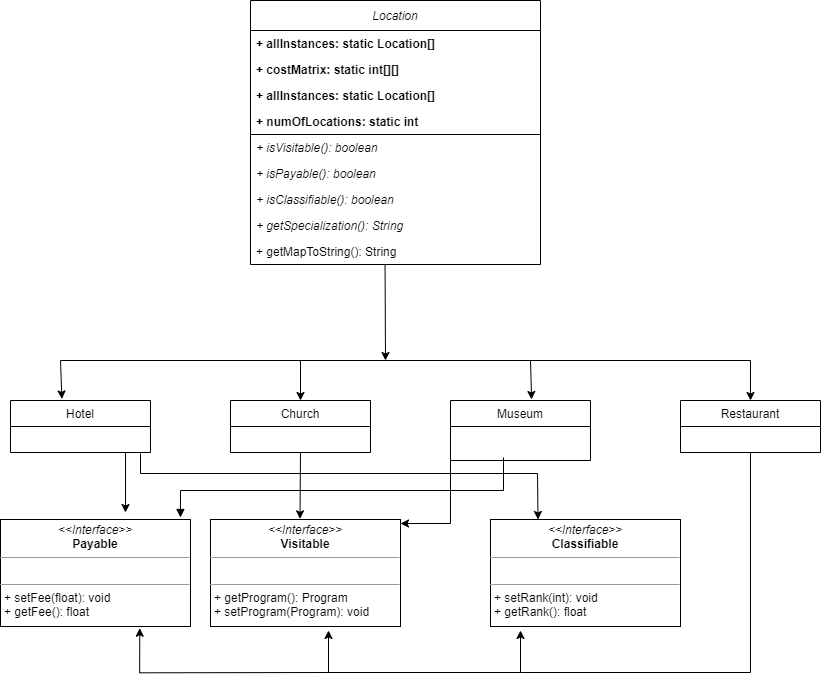
Above: PA_3/compulsory_diagram.png in gabidiac11/programare-avansata (draw.io), before the change. Source tidied: cells renumbered, new cells last; positions are measured from the earlier drawing's top-left corner, leaving out a move shared by most shapes. The source it was exported from:
```xml
<mxGraphModel>
  <root>
    <mxCell id="0" />
    <mxCell id="1" parent="0" />
    <mxCell id="2" value="Location" style="swimlane;fontStyle=2;horizontal=1;startSize=30;fillColor=none;arcSize=22;" parent="1" vertex="1">
      <mxGeometry x="250" width="290" height="264" as="geometry" />
    </mxCell>
    <mxCell id="3" value="+ allInstances: static Location[]" style="text;strokeColor=none;fillColor=none;align=left;verticalAlign=top;spacingLeft=4;spacingRight=4;overflow=hidden;fontStyle=1;" parent="2" vertex="1">
      <mxGeometry y="30" width="290" height="26" as="geometry" />
    </mxCell>
    <mxCell id="4" value="+ costMatrix: static int[][]  " style="text;strokeColor=none;fillColor=none;align=left;verticalAlign=top;spacingLeft=4;spacingRight=4;overflow=hidden;fontStyle=1;" parent="2" vertex="1">
      <mxGeometry y="56" width="290" height="26" as="geometry" />
    </mxCell>
    <mxCell id="5" value="+ allInstances: static Location[]" style="text;strokeColor=none;fillColor=none;align=left;verticalAlign=top;spacingLeft=4;spacingRight=4;overflow=hidden;fontStyle=1;" parent="2" vertex="1">
      <mxGeometry y="82" width="290" height="26" as="geometry" />
    </mxCell>
    <mxCell id="6" value="+ numOfLocations: static int" style="text;strokeColor=none;fillColor=none;align=left;verticalAlign=top;spacingLeft=4;spacingRight=4;overflow=hidden;fontStyle=1;" parent="2" vertex="1">
      <mxGeometry y="108" width="290" height="26" as="geometry" />
    </mxCell>
    <mxCell id="7" value="+ isVisitable(): boolean" style="text;strokeColor=none;fillColor=none;align=left;verticalAlign=top;spacingLeft=4;spacingRight=4;overflow=hidden;fontStyle=2;labelBorderColor=none;labelBackgroundColor=none;" parent="2" vertex="1">
      <mxGeometry y="134" width="290" height="26" as="geometry" />
    </mxCell>
    <mxCell id="8" value="+ isPayable(): boolean" style="text;strokeColor=none;fillColor=none;align=left;verticalAlign=top;spacingLeft=4;spacingRight=4;overflow=hidden;fontStyle=2;" parent="2" vertex="1">
      <mxGeometry y="160" width="290" height="26" as="geometry" />
    </mxCell>
    <mxCell id="9" value="+ isClassifiable(): boolean" style="text;strokeColor=none;fillColor=none;align=left;verticalAlign=top;spacingLeft=4;spacingRight=4;overflow=hidden;fontStyle=2;" parent="2" vertex="1">
      <mxGeometry y="186" width="290" height="26" as="geometry" />
    </mxCell>
    <mxCell id="10" value="+ getSpecialization(): String" style="text;strokeColor=none;fillColor=none;align=left;verticalAlign=top;spacingLeft=4;spacingRight=4;overflow=hidden;fontStyle=2;" parent="2" vertex="1">
      <mxGeometry y="212" width="290" height="26" as="geometry" />
    </mxCell>
    <mxCell id="11" value="+ getMapToString(): String" style="text;strokeColor=none;fillColor=none;align=left;verticalAlign=top;spacingLeft=4;spacingRight=4;overflow=hidden;points=[[0,0.5],[1,0.5]];portConstraint=eastwest;" parent="2" vertex="1">
      <mxGeometry y="238" width="290" height="26" as="geometry" />
    </mxCell>
    <mxCell id="12" value="Hotel" style="swimlane;fontStyle=0;horizontal=1;startSize=26;fillColor=none;" parent="1" vertex="1">
      <mxGeometry x="10" y="400" width="140" height="52" as="geometry" />
    </mxCell>
    <mxCell id="13" value="Church" style="swimlane;fontStyle=0;horizontal=1;startSize=26;fillColor=none;" parent="1" vertex="1">
      <mxGeometry x="230" y="400" width="140" height="52" as="geometry" />
    </mxCell>
    <mxCell id="14" value="Museum" style="swimlane;fontStyle=0;horizontal=1;startSize=26;fillColor=none;" parent="1" vertex="1">
      <mxGeometry x="450" y="400" width="140" height="60" as="geometry" />
    </mxCell>
    <mxCell id="15" value="Restaurant" style="swimlane;fontStyle=0;horizontal=1;startSize=26;fillColor=none;" parent="1" vertex="1">
      <mxGeometry x="680" y="400" width="140" height="52" as="geometry" />
    </mxCell>
    <mxCell id="16" style="endArrow=classic;html=1;exitX=0.464;exitY=1.006;exitDx=0;exitDy=0;exitPerimeter=0;" parent="1" edge="1" source="11">
      <mxGeometry relative="1" as="geometry">
        <mxPoint x="385" y="360" as="targetPoint" />
      </mxGeometry>
    </mxCell>
    <mxCell id="17" style="endArrow=none;html=1;" parent="1" edge="1">
      <mxGeometry relative="1" as="geometry">
        <mxPoint x="750" y="360" as="sourcePoint" />
        <mxPoint x="60" y="360" as="targetPoint" />
      </mxGeometry>
    </mxCell>
    <mxCell id="18" style="endArrow=classic;html=1;entryX=0.367;entryY=-0.03;entryDx=0;entryDy=0;entryPerimeter=0;" parent="1" edge="1" target="12">
      <mxGeometry relative="1" as="geometry">
        <mxPoint x="60" y="360" as="sourcePoint" />
      </mxGeometry>
    </mxCell>
    <mxCell id="19" style="endArrow=classic;html=1;entryX=0.5;entryY=0;entryDx=0;entryDy=0;" parent="1" edge="1" target="13">
      <mxGeometry relative="1" as="geometry">
        <mxPoint x="300" y="360" as="sourcePoint" />
      </mxGeometry>
    </mxCell>
    <mxCell id="20" style="endArrow=classic;html=1;entryX=0.579;entryY=-0.017;entryDx=0;entryDy=0;entryPerimeter=0;" parent="1" edge="1" target="14">
      <mxGeometry relative="1" as="geometry">
        <mxPoint x="530" y="360" as="sourcePoint" />
        <Array as="points">
          <mxPoint x="530" y="360" />
        </Array>
      </mxGeometry>
    </mxCell>
    <mxCell id="21" style="endArrow=classic;html=1;entryX=0.5;entryY=0;entryDx=0;entryDy=0;" parent="1" edge="1" target="15">
      <mxGeometry relative="1" as="geometry">
        <mxPoint x="750" y="360" as="sourcePoint" />
        <Array as="points">
          <mxPoint x="750" y="360" />
        </Array>
      </mxGeometry>
    </mxCell>
    <mxCell id="22" style="endArrow=classic;html=1;entryX=0.5;entryY=0;entryDx=0;entryDy=0;" parent="1" edge="1">
      <mxGeometry relative="1" as="geometry">
        <mxPoint x="125" y="452" as="sourcePoint" />
        <mxPoint x="125" y="512" as="targetPoint" />
      </mxGeometry>
    </mxCell>
    <mxCell id="23" style="endArrow=classic;html=1;rounded=0;entryX=0.25;entryY=0;entryDx=0;entryDy=0;" parent="1" edge="1" target="34">
      <mxGeometry relative="1" as="geometry">
        <mxPoint x="140" y="453" as="sourcePoint" />
        <Array as="points">
          <mxPoint x="140" y="473" />
          <mxPoint x="537" y="473" />
        </Array>
      </mxGeometry>
    </mxCell>
    <mxCell id="24" style="endArrow=classic;html=1;exitX=0.5;exitY=1;exitDx=0;exitDy=0;entryX=0.471;entryY=-0.006;entryDx=0;entryDy=0;entryPerimeter=0;" parent="1" edge="1" source="13" target="33">
      <mxGeometry relative="1" as="geometry" />
    </mxCell>
    <mxCell id="25" style="endArrow=classic;html=1;exitX=0;exitY=1;exitDx=0;exitDy=0;rounded=0;" parent="1" edge="1" source="14">
      <mxGeometry relative="1" as="geometry">
        <mxPoint x="400" y="523" as="targetPoint" />
        <Array as="points">
          <mxPoint x="450" y="523" />
        </Array>
      </mxGeometry>
    </mxCell>
    <mxCell id="26" style="endArrow=block;html=1;rounded=0;endFill=1;entryX=0.947;entryY=0.058;entryDx=0;entryDy=0;entryPerimeter=0;" parent="1" edge="1">
      <mxGeometry relative="1" as="geometry">
        <mxPoint x="503" y="457" as="sourcePoint" />
        <mxPoint x="179.9" y="517" as="targetPoint" />
        <Array as="points">
          <mxPoint x="503" y="490" />
          <mxPoint x="180" y="490" />
        </Array>
      </mxGeometry>
    </mxCell>
    <mxCell id="27" style="group;" parent="1" vertex="1">
      <mxGeometry x="139.1" y="672" width="610.9" height="0.3" as="geometry" />
    </mxCell>
    <mxCell id="28" style="endArrow=classic;html=1;rounded=0;exitX=0.5;exitY=1;exitDx=0;exitDy=0;" parent="27" edge="1" source="15">
      <mxGeometry relative="1" as="geometry">
        <mxPoint x="380.9" y="-42" as="targetPoint" />
        <Array as="points">
          <mxPoint x="610.9" />
          <mxPoint x="380.9" />
        </Array>
      </mxGeometry>
    </mxCell>
    <mxCell id="29" style="endArrow=classic;html=1;strokeColor=#000000;rounded=0;" parent="27" edge="1">
      <mxGeometry relative="1" as="geometry">
        <mxPoint x="380.9" as="sourcePoint" />
        <mxPoint x="188.9" y="-42" as="targetPoint" />
        <Array as="points">
          <mxPoint x="188.9" />
        </Array>
      </mxGeometry>
    </mxCell>
    <mxCell id="30" style="endArrow=classic;html=1;strokeColor=#000000;rounded=0;entryX=0.733;entryY=1.016;entryDx=0;entryDy=0;entryPerimeter=0;" parent="27" edge="1" target="31">
      <mxGeometry relative="1" as="geometry">
        <mxPoint x="190.9" as="sourcePoint" />
        <Array as="points">
          <mxPoint y="0.3" />
        </Array>
      </mxGeometry>
    </mxCell>
    <mxCell id="31" value="&lt;p style=&quot;margin: 0px ; margin-top: 4px ; text-align: center&quot;&gt;&lt;i&gt;&amp;lt;&amp;lt;Interface&amp;gt;&amp;gt;&lt;/i&gt;&lt;br&gt;&lt;b&gt;Payable&lt;/b&gt;&lt;br&gt;&lt;/p&gt;&lt;hr size=&quot;1&quot;&gt;&lt;p style=&quot;margin: 0px ; margin-left: 4px&quot;&gt;&lt;br&gt;&lt;/p&gt;&lt;hr size=&quot;1&quot;&gt;&lt;p style=&quot;margin: 0px ; margin-left: 4px&quot;&gt;+ setFee(float): void&lt;br&gt;+ getFee(): float&lt;/p&gt;" style="verticalAlign=top;align=left;overflow=fill;fontSize=12;fontFamily=Helvetica;html=1;rounded=0;sketch=0;" parent="1" vertex="1">
      <mxGeometry y="519" width="190" height="107" as="geometry" />
    </mxCell>
    <mxCell id="32" style="line;strokeWidth=1;fillColor=none;align=left;verticalAlign=middle;spacingTop=-1;spacingLeft=3;spacingRight=3;labelPosition=right;rounded=0;labelBackgroundColor=none;sketch=0;" parent="1" vertex="1">
      <mxGeometry x="250" y="130" width="290" height="8" as="geometry" />
    </mxCell>
    <mxCell id="33" value="&lt;p style=&quot;margin: 0px ; margin-top: 4px ; text-align: center&quot;&gt;&lt;i&gt;&amp;lt;&amp;lt;Interface&amp;gt;&amp;gt;&lt;/i&gt;&lt;br&gt;&lt;b&gt;Visitable&lt;/b&gt;&lt;br&gt;&lt;/p&gt;&lt;hr size=&quot;1&quot;&gt;&lt;p style=&quot;margin: 0px ; margin-left: 4px&quot;&gt;&lt;br&gt;&lt;/p&gt;&lt;hr size=&quot;1&quot;&gt;&lt;p style=&quot;margin: 0px ; margin-left: 4px&quot;&gt;+ getProgram(): Program&lt;br&gt;+ setProgram(Program): void&lt;/p&gt;" style="verticalAlign=top;align=left;overflow=fill;fontSize=12;fontFamily=Helvetica;html=1;rounded=0;sketch=0;" parent="1" vertex="1">
      <mxGeometry x="210" y="519" width="190" height="107" as="geometry" />
    </mxCell>
    <mxCell id="34" value="&lt;p style=&quot;margin: 0px ; margin-top: 4px ; text-align: center&quot;&gt;&lt;i&gt;&amp;lt;&amp;lt;Interface&amp;gt;&amp;gt;&lt;/i&gt;&lt;br&gt;&lt;b&gt;Classifiable&lt;/b&gt;&lt;br&gt;&lt;/p&gt;&lt;hr size=&quot;1&quot;&gt;&lt;p style=&quot;margin: 0px ; margin-left: 4px&quot;&gt;&lt;br&gt;&lt;/p&gt;&lt;hr size=&quot;1&quot;&gt;&lt;p style=&quot;margin: 0px ; margin-left: 4px&quot;&gt;+ setRank(int): void&lt;br&gt;+ getRank(): float&lt;/p&gt;" style="verticalAlign=top;align=left;overflow=fill;fontSize=12;fontFamily=Helvetica;html=1;rounded=0;sketch=0;" parent="1" vertex="1">
      <mxGeometry x="490" y="519" width="190" height="107" as="geometry" />
    </mxCell>
  </root>
</mxGraphModel>
```
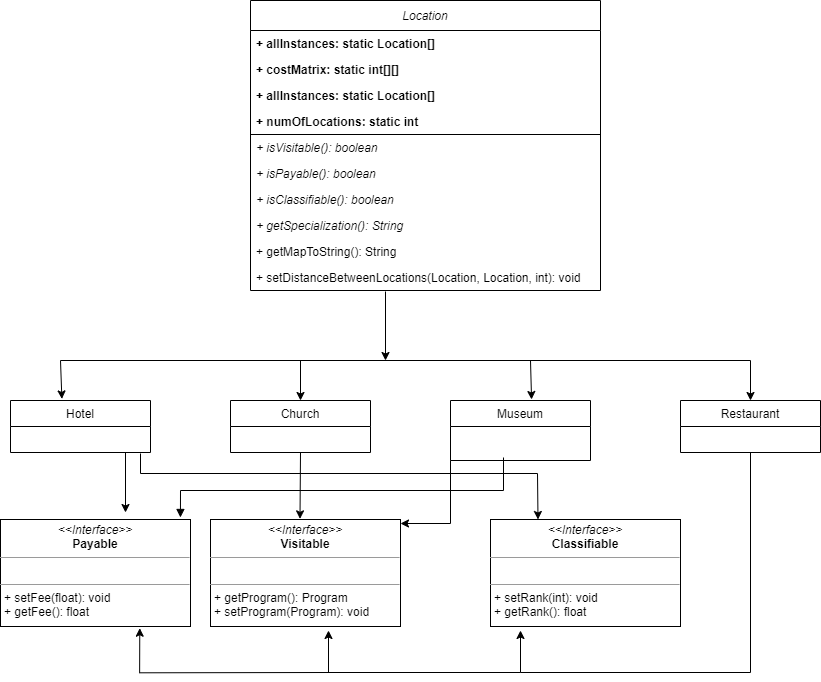
After the commit.

Commit message:
lab3-compulsory- package typo; diagram correction

The edit, as a diff of the source:
```diff
@@ -3,35 +3,38 @@
     <mxCell id="0" />
     <mxCell id="1" parent="0" />
     <mxCell id="2" value="Location" style="swimlane;fontStyle=2;horizontal=1;startSize=30;fillColor=none;arcSize=22;" parent="1" vertex="1">
-      <mxGeometry x="250" width="290" height="264" as="geometry" />
+      <mxGeometry x="250" width="350" height="290" as="geometry" />
     </mxCell>
     <mxCell id="3" value="+ allInstances: static Location[]" style="text;strokeColor=none;fillColor=none;align=left;verticalAlign=top;spacingLeft=4;spacingRight=4;overflow=hidden;fontStyle=1;" parent="2" vertex="1">
-      <mxGeometry y="30" width="290" height="26" as="geometry" />
+      <mxGeometry y="30" width="350" height="26" as="geometry" />
     </mxCell>
     <mxCell id="4" value="+ costMatrix: static int[][]  " style="text;strokeColor=none;fillColor=none;align=left;verticalAlign=top;spacingLeft=4;spacingRight=4;overflow=hidden;fontStyle=1;" parent="2" vertex="1">
-      <mxGeometry y="56" width="290" height="26" as="geometry" />
+      <mxGeometry y="56" width="350" height="26" as="geometry" />
     </mxCell>
     <mxCell id="5" value="+ allInstances: static Location[]" style="text;strokeColor=none;fillColor=none;align=left;verticalAlign=top;spacingLeft=4;spacingRight=4;overflow=hidden;fontStyle=1;" parent="2" vertex="1">
-      <mxGeometry y="82" width="290" height="26" as="geometry" />
+      <mxGeometry y="82" width="350" height="26" as="geometry" />
     </mxCell>
     <mxCell id="6" value="+ numOfLocations: static int" style="text;strokeColor=none;fillColor=none;align=left;verticalAlign=top;spacingLeft=4;spacingRight=4;overflow=hidden;fontStyle=1;" parent="2" vertex="1">
-      <mxGeometry y="108" width="290" height="26" as="geometry" />
+      <mxGeometry y="108" width="350" height="26" as="geometry" />
     </mxCell>
     <mxCell id="7" value="+ isVisitable(): boolean" style="text;strokeColor=none;fillColor=none;align=left;verticalAlign=top;spacingLeft=4;spacingRight=4;overflow=hidden;fontStyle=2;labelBorderColor=none;labelBackgroundColor=none;" parent="2" vertex="1">
-      <mxGeometry y="134" width="290" height="26" as="geometry" />
+      <mxGeometry y="134" width="350" height="26" as="geometry" />
     </mxCell>
     <mxCell id="8" value="+ isPayable(): boolean" style="text;strokeColor=none;fillColor=none;align=left;verticalAlign=top;spacingLeft=4;spacingRight=4;overflow=hidden;fontStyle=2;" parent="2" vertex="1">
-      <mxGeometry y="160" width="290" height="26" as="geometry" />
+      <mxGeometry y="160" width="350" height="26" as="geometry" />
     </mxCell>
     <mxCell id="9" value="+ isClassifiable(): boolean" style="text;strokeColor=none;fillColor=none;align=left;verticalAlign=top;spacingLeft=4;spacingRight=4;overflow=hidden;fontStyle=2;" parent="2" vertex="1">
-      <mxGeometry y="186" width="290" height="26" as="geometry" />
+      <mxGeometry y="186" width="350" height="26" as="geometry" />
     </mxCell>
     <mxCell id="10" value="+ getSpecialization(): String" style="text;strokeColor=none;fillColor=none;align=left;verticalAlign=top;spacingLeft=4;spacingRight=4;overflow=hidden;fontStyle=2;" parent="2" vertex="1">
-      <mxGeometry y="212" width="290" height="26" as="geometry" />
+      <mxGeometry y="212" width="350" height="26" as="geometry" />
     </mxCell>
     <mxCell id="11" value="+ getMapToString(): String" style="text;strokeColor=none;fillColor=none;align=left;verticalAlign=top;spacingLeft=4;spacingRight=4;overflow=hidden;points=[[0,0.5],[1,0.5]];portConstraint=eastwest;" parent="2" vertex="1">
-      <mxGeometry y="238" width="290" height="26" as="geometry" />
+      <mxGeometry y="238" width="350" height="26" as="geometry" />
     </mxCell>
+    <mxCell id="35" value="+ setDistanceBetweenLocations(Location, Location, int): void" style="text;strokeColor=none;fillColor=none;align=left;verticalAlign=top;spacingLeft=4;spacingRight=4;overflow=hidden;" parent="2" vertex="1">
+      <mxGeometry y="264" width="350" height="26" as="geometry" />
+    </mxCell>
     <mxCell id="12" value="Hotel" style="swimlane;fontStyle=0;horizontal=1;startSize=26;fillColor=none;" parent="1" vertex="1">
       <mxGeometry x="10" y="400" width="140" height="52" as="geometry" />
     </mxCell>
@@ -44,8 +47,9 @@
     <mxCell id="15" value="Restaurant" style="swimlane;fontStyle=0;horizontal=1;startSize=26;fillColor=none;" parent="1" vertex="1">
       <mxGeometry x="680" y="400" width="140" height="52" as="geometry" />
     </mxCell>
-    <mxCell id="16" style="endArrow=classic;html=1;exitX=0.464;exitY=1.006;exitDx=0;exitDy=0;exitPerimeter=0;" parent="1" edge="1" source="11">
+    <mxCell id="16" style="endArrow=classic;html=1;" parent="1" edge="1">
       <mxGeometry relative="1" as="geometry">
+        <mxPoint x="385" y="291" as="sourcePoint" />
         <mxPoint x="385" y="360" as="targetPoint" />
       </mxGeometry>
     </mxCell>
@@ -150,7 +154,7 @@
       <mxGeometry y="519" width="190" height="107" as="geometry" />
     </mxCell>
     <mxCell id="32" style="line;strokeWidth=1;fillColor=none;align=left;verticalAlign=middle;spacingTop=-1;spacingLeft=3;spacingRight=3;labelPosition=right;rounded=0;labelBackgroundColor=none;sketch=0;" parent="1" vertex="1">
-      <mxGeometry x="250" y="130" width="290" height="8" as="geometry" />
+      <mxGeometry x="250" y="130" width="350" height="8" as="geometry" />
     </mxCell>
     <mxCell id="33" value="&lt;p style=&quot;margin: 0px ; margin-top: 4px ; text-align: center&quot;&gt;&lt;i&gt;&amp;lt;&amp;lt;Interface&amp;gt;&amp;gt;&lt;/i&gt;&lt;br&gt;&lt;b&gt;Visitable&lt;/b&gt;&lt;br&gt;&lt;/p&gt;&lt;hr size=&quot;1&quot;&gt;&lt;p style=&quot;margin: 0px ; margin-left: 4px&quot;&gt;&lt;br&gt;&lt;/p&gt;&lt;hr size=&quot;1&quot;&gt;&lt;p style=&quot;margin: 0px ; margin-left: 4px&quot;&gt;+ getProgram(): Program&lt;br&gt;+ setProgram(Program): void&lt;/p&gt;" style="verticalAlign=top;align=left;overflow=fill;fontSize=12;fontFamily=Helvetica;html=1;rounded=0;sketch=0;" parent="1" vertex="1">
       <mxGeometry x="210" y="519" width="190" height="107" as="geometry" />
```
